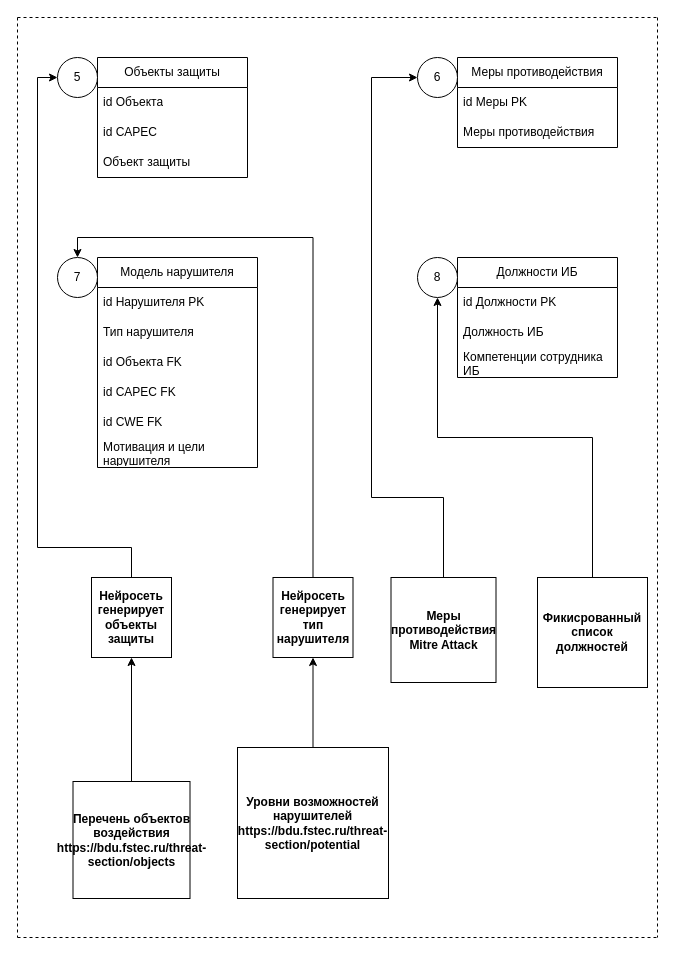
SmirnovBogdan8/Diplom keeps this draw.io diagram as (Обновленная схема ОПЗ) Частная политика.drawio. Above is the earlier version. Source tidied: cells renumbered, new cells numbered last; positions are measured from the earlier drawing's top-left corner, leaving out a move shared by most shapes. Both pictures are drawn from the tidied source at 100%, with x=0, y=0 at pixel (17, 17).
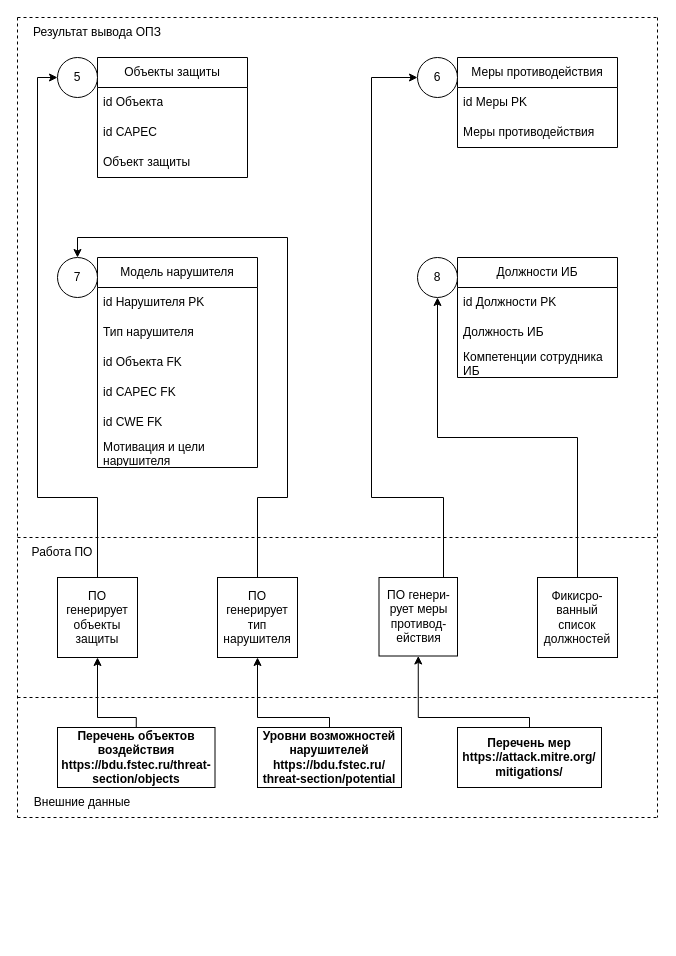
After the change.

The change refers to these unchanged cells:
```xml
<mxCell id="36" value="5" style="ellipse;whiteSpace=wrap;html=1;" parent="1" vertex="1">
  <mxGeometry x="40" y="40" width="40" height="40" as="geometry" />
</mxCell>
<mxCell id="38" value="7" style="ellipse;whiteSpace=wrap;html=1;" parent="1" vertex="1">
  <mxGeometry x="40" y="240" width="40" height="40" as="geometry" />
</mxCell>
```

What changed in the source:
```diff
@@
     <mxCell id="17" style="endArrow=none;dashed=1;html=1;rounded=0;" parent="1" edge="1">
       <mxGeometry relative="1" as="geometry">
         <mxPoint as="sourcePoint" />
-        <mxPoint y="920" as="targetPoint" />
+        <mxPoint y="800" as="targetPoint" />
       </mxGeometry>
     </mxCell>
@@
     <mxCell id="22" style="endArrow=none;dashed=1;html=1;rounded=0;" parent="1" edge="1">
       <mxGeometry relative="1" as="geometry">
-        <mxPoint y="920" as="sourcePoint" />
-        <mxPoint x="640" y="920" as="targetPoint" />
+        <mxPoint y="800" as="sourcePoint" />
+        <mxPoint x="640" y="800" as="targetPoint" />
       </mxGeometry>
     </mxCell>
     <mxCell id="23" style="edgeStyle=orthogonalEdgeStyle;rounded=0;jettySize=auto;html=1;exitX=0.5;exitY=0;exitDx=0;exitDy=0;entryX=0;entryY=0.5;entryDx=0;entryDy=0;" parent="1" edge="1" source="24" target="36">
       <mxGeometry relative="1" as="geometry">
         <Array as="points">
-          <mxPoint x="114" y="530" />
-          <mxPoint x="20" y="530" />
+          <mxPoint x="80" y="480" />
+          <mxPoint x="20" y="480" />
           <mxPoint x="20" y="60" />
         </Array>
       </mxGeometry>
     </mxCell>
-    <mxCell id="24" value="&lt;b&gt;Нейросеть генерирует объекты защиты&lt;/b&gt;" style="whiteSpace=wrap;html=1;" parent="1" vertex="1">
-      <mxGeometry x="74" y="560" width="80" height="80" as="geometry" />
+    <mxCell id="24" value="ПО генерирует объекты защиты" style="whiteSpace=wrap;html=1;" parent="1" vertex="1">
+      <mxGeometry x="40" y="560" width="80" height="80" as="geometry" />
     </mxCell>
-    <mxCell id="25" style="edgeStyle=orthogonalEdgeStyle;rounded=0;jettySize=auto;html=1;" parent="1" edge="1" source="26" target="32">
-      <mxGeometry relative="1" as="geometry" />
-    </mxCell>
-    <mxCell id="26" value="&lt;b&gt;Уровни возможностей нарушителей&lt;/b&gt;&lt;br&gt;&lt;div&gt;&lt;b&gt;https://bdu.fstec.ru/threat-section/potential&lt;/b&gt;&lt;br&gt;&lt;/div&gt;" style="whiteSpace=wrap;html=1;" parent="1" vertex="1">
-      <mxGeometry x="220" y="730" width="151" height="151" as="geometry" />
-    </mxCell>
@@
-    <mxCell id="28" value="&lt;b&gt;Фикисрованный список должностей&lt;/b&gt;" style="whiteSpace=wrap;html=1;" parent="1" vertex="1">
-      <mxGeometry x="520" y="560" width="110" height="110" as="geometry" />
+    <mxCell id="28" value="Фикисро-ванный список должностей" style="whiteSpace=wrap;html=1;" parent="1" vertex="1">
+      <mxGeometry x="520" y="560" width="80" height="80" as="geometry" />
     </mxCell>
@@
-    <mxCell id="30" value="&lt;b&gt;Меры противодействия Mitre Attack&lt;/b&gt;" style="whiteSpace=wrap;html=1;" parent="1" vertex="1">
-      <mxGeometry x="373.5" y="560" width="105" height="105" as="geometry" />
+    <mxCell id="30" value="ПО генери-рует меры противод-ействия" style="whiteSpace=wrap;html=1;" parent="1" vertex="1">
+      <mxGeometry x="361.5" y="560" width="78.5" height="78.5" as="geometry" />
     </mxCell>
     <mxCell id="31" style="edgeStyle=orthogonalEdgeStyle;rounded=0;jettySize=auto;html=1;exitX=0.5;exitY=0;exitDx=0;exitDy=0;entryX=0.5;entryY=0;entryDx=0;entryDy=0;" parent="1" edge="1" source="32" target="38">
-      <mxGeometry relative="1" as="geometry" />
+      <mxGeometry relative="1" as="geometry">
+        <Array as="points">
+          <mxPoint x="240" y="480" />
+          <mxPoint x="270" y="480" />
+          <mxPoint x="270" y="220" />
+          <mxPoint x="60" y="220" />
+        </Array>
+      </mxGeometry>
     </mxCell>
-    <mxCell id="32" value="&lt;b&gt;Нейросеть генерирует тип нарушителя&lt;/b&gt;" style="whiteSpace=wrap;html=1;" parent="1" vertex="1">
-      <mxGeometry x="255.5" y="560" width="80" height="80" as="geometry" />
+    <mxCell id="32" value="ПО генерирует тип нарушителя" style="whiteSpace=wrap;html=1;" parent="1" vertex="1">
+      <mxGeometry x="200" y="560" width="80" height="80" as="geometry" />
     </mxCell>
     <mxCell id="33" style="endArrow=none;dashed=1;html=1;rounded=0;" parent="1" edge="1">
       <mxGeometry relative="1" as="geometry">
         <mxPoint x="640" as="sourcePoint" />
-        <mxPoint x="640" y="920" as="targetPoint" />
+        <mxPoint x="640" y="800" as="targetPoint" />
       </mxGeometry>
     </mxCell>
-    <mxCell id="34" style="edgeStyle=orthogonalEdgeStyle;rounded=0;jettySize=auto;html=1;entryX=0.5;entryY=1;entryDx=0;entryDy=0;" parent="1" edge="1" source="35" target="24">
-      <mxGeometry relative="1" as="geometry" />
-    </mxCell>
-    <mxCell id="35" value="&lt;b&gt;Перечень объектов воздействия&lt;/b&gt;&lt;br&gt;&lt;div&gt;&lt;b&gt;https://bdu.fstec.ru/threat-section/objects&lt;/b&gt;&lt;br&gt;&lt;/div&gt;" style="whiteSpace=wrap;html=1;" parent="1" vertex="1">
-      <mxGeometry x="55.5" y="764" width="117" height="117" as="geometry" />
-    </mxCell>
@@
+    <mxCell id="40" style="endArrow=none;dashed=1;html=1;rounded=0;" parent="1" edge="1">
+      <mxGeometry relative="1" as="geometry">
+        <mxPoint y="520" as="sourcePoint" />
+        <mxPoint x="640" y="520" as="targetPoint" />
+      </mxGeometry>
+    </mxCell>
+    <mxCell id="41" style="endArrow=none;dashed=1;html=1;rounded=0;" parent="1" edge="1">
+      <mxGeometry relative="1" as="geometry">
+        <mxPoint y="680" as="sourcePoint" />
+        <mxPoint x="640" y="680" as="targetPoint" />
+      </mxGeometry>
+    </mxCell>
+    <mxCell id="34" style="edgeStyle=orthogonalEdgeStyle;rounded=0;jettySize=auto;html=1;exitX=0.5;exitY=0;exitDx=0;exitDy=0;entryX=0.5;entryY=1;entryDx=0;entryDy=0;" parent="1" edge="1" source="35" target="24">
+      <mxGeometry relative="1" as="geometry">
+        <Array as="points">
+          <mxPoint x="119" y="700" />
+          <mxPoint x="80" y="700" />
+        </Array>
+      </mxGeometry>
+    </mxCell>
+    <mxCell id="35" value="&lt;b&gt;Перечень объектов воздействия&lt;/b&gt;&lt;br&gt;&lt;div&gt;&lt;b&gt;https://bdu.fstec.ru/threat-section/objects&lt;/b&gt;&lt;/div&gt;" style="rounded=0;whiteSpace=wrap;html=1;" parent="1" vertex="1">
+      <mxGeometry x="40" y="710" width="157.5" height="60" as="geometry" />
+    </mxCell>
+    <mxCell id="42" style="edgeStyle=orthogonalEdgeStyle;rounded=0;jettySize=auto;html=1;exitX=0.5;exitY=0;exitDx=0;exitDy=0;entryX=0.5;entryY=1;entryDx=0;entryDy=0;" parent="1" edge="1" source="43" target="32">
+      <mxGeometry relative="1" as="geometry">
+        <Array as="points">
+          <mxPoint x="312" y="700" />
+          <mxPoint x="240" y="700" />
+        </Array>
+      </mxGeometry>
+    </mxCell>
+    <mxCell id="43" value="&lt;b&gt;Уровни возможностей нарушителей&lt;/b&gt;&lt;br&gt;&lt;div&gt;&lt;b&gt;https://bdu.fstec.ru/&lt;/b&gt;&lt;/div&gt;&lt;div&gt;&lt;b&gt;threat-section/potential&lt;/b&gt;&lt;/div&gt;" style="rounded=0;whiteSpace=wrap;html=1;" parent="1" vertex="1">
+      <mxGeometry x="240" y="710" width="144" height="60" as="geometry" />
+    </mxCell>
+    <mxCell id="44" style="edgeStyle=orthogonalEdgeStyle;rounded=0;jettySize=auto;html=1;exitX=0.5;exitY=0;exitDx=0;exitDy=0;entryX=0.5;entryY=1;entryDx=0;entryDy=0;" parent="1" edge="1" source="45" target="30">
+      <mxGeometry relative="1" as="geometry">
+        <Array as="points">
+          <mxPoint x="512" y="700" />
+          <mxPoint x="401" y="700" />
+        </Array>
+      </mxGeometry>
+    </mxCell>
+    <mxCell id="45" value="&lt;b&gt;Перечень мер&lt;/b&gt;&lt;br&gt;&lt;div&gt;&lt;b&gt;https://attack.mitre.org/&lt;/b&gt;&lt;/div&gt;&lt;div&gt;&lt;b&gt;mitigations/&lt;/b&gt;&lt;/div&gt;" style="rounded=0;whiteSpace=wrap;html=1;" parent="1" vertex="1">
+      <mxGeometry x="440" y="710" width="144" height="60" as="geometry" />
+    </mxCell>
+    <mxCell id="46" value="Результат вывода ОПЗ" style="text;html=1;align=center;verticalAlign=middle;whiteSpace=wrap;rounded=0;" parent="1" vertex="1">
+      <mxGeometry width="160" height="30" as="geometry" />
+    </mxCell>
+    <mxCell id="47" value="Работа ПО" style="text;html=1;align=center;verticalAlign=middle;whiteSpace=wrap;rounded=0;" parent="1" vertex="1">
+      <mxGeometry y="520" width="90" height="30" as="geometry" />
+    </mxCell>
+    <mxCell id="48" value="Внешние данные" style="text;html=1;align=center;verticalAlign=middle;whiteSpace=wrap;rounded=0;" parent="1" vertex="1">
+      <mxGeometry y="770" width="130" height="30" as="geometry" />
+    </mxCell>
```
